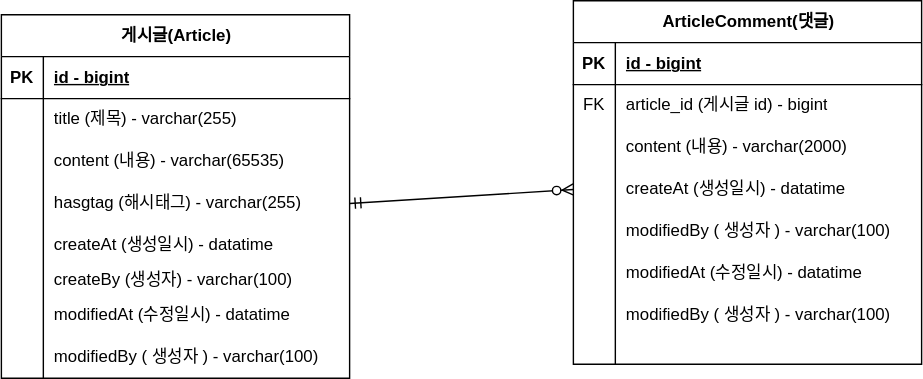
BaekSeungChan/-notice-board keeps this draw.io diagram as document/project-board-erd.drawio.svg. Above is the earlier version. Source tidied: cells renumbered, new cells last; positions are measured from the earlier drawing's top-left corner, leaving out a move shared by most shapes.
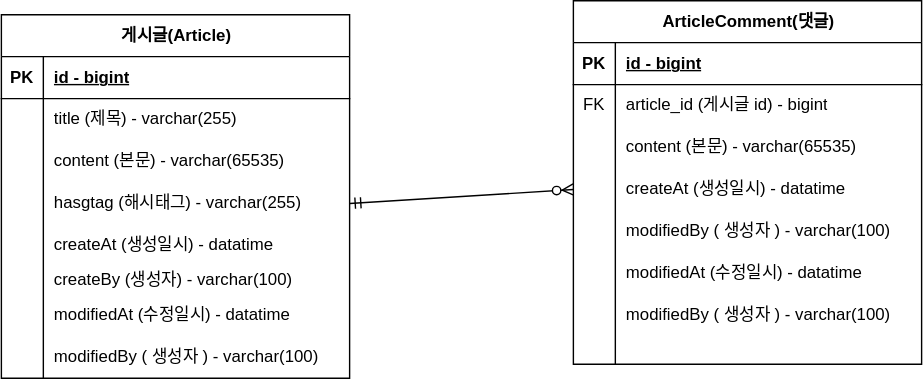
After the change.

Commit message:
#8 - ERD 주석 업데이트 : project-board-erd.drawio.svg 업데이트

Diff of the diagram source:
```diff
@@ -29,7 +29,7 @@
     <mxCell id="10" style="shape=partialRectangle;fillColor=none;top=0;left=0;bottom=0;right=0;overflow=hidden;whiteSpace=wrap;html=1;" parent="9" vertex="1">
       <mxGeometry width="30" height="30" as="geometry" />
     </mxCell>
-    <mxCell id="11" value="content (내용) - varchar(65535)" style="shape=partialRectangle;fillColor=none;top=0;left=0;bottom=0;right=0;align=left;spacingLeft=6;overflow=hidden;whiteSpace=wrap;html=1;" parent="9" vertex="1">
+    <mxCell id="11" value="content (본문) - varchar(65535)" style="shape=partialRectangle;fillColor=none;top=0;left=0;bottom=0;right=0;align=left;spacingLeft=6;overflow=hidden;whiteSpace=wrap;html=1;" parent="9" vertex="1">
       <mxGeometry x="30" width="219" height="30" as="geometry" />
     </mxCell>
     <mxCell id="12" style="shape=tableRow;horizontal=0;startSize=0;swimlaneHead=0;swimlaneBody=0;fillColor=none;points=[[0,0.5],[1,0.5]];portConstraint=eastwest;top=0;left=0;right=0;bottom=0;" parent="2" vertex="1">
@@ -104,7 +104,7 @@
     <mxCell id="35" style="shape=partialRectangle;fillColor=none;top=0;left=0;bottom=0;right=0;overflow=hidden;whiteSpace=wrap;html=1;" parent="34" vertex="1">
       <mxGeometry width="30" height="30" as="geometry" />
     </mxCell>
-    <mxCell id="36" value="content (내용) - varchar(2000)" style="shape=partialRectangle;fillColor=none;top=0;left=0;bottom=0;right=0;align=left;spacingLeft=6;overflow=hidden;whiteSpace=wrap;html=1;" parent="34" vertex="1">
+    <mxCell id="36" value="content (본문) - varchar(65535)" style="shape=partialRectangle;fillColor=none;top=0;left=0;bottom=0;right=0;align=left;spacingLeft=6;overflow=hidden;whiteSpace=wrap;html=1;" parent="34" vertex="1">
       <mxGeometry x="30" width="219" height="30" as="geometry" />
     </mxCell>
     <mxCell id="37" style="shape=tableRow;horizontal=0;startSize=0;swimlaneHead=0;swimlaneBody=0;fillColor=none;points=[[0,0.5],[1,0.5]];portConstraint=eastwest;top=0;left=0;right=0;bottom=0;" parent="27" vertex="1">
```
